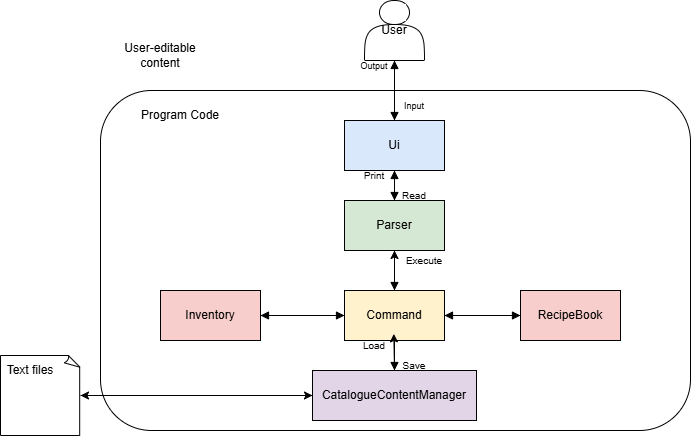
The draw.io diagram docs/diagrams/architecture.png in ChingWhee/tp, before a commit. Source tidied: cells renumbered, new cells last; positions are measured from the earlier drawing's top-left corner, leaving out a move shared by most shapes.
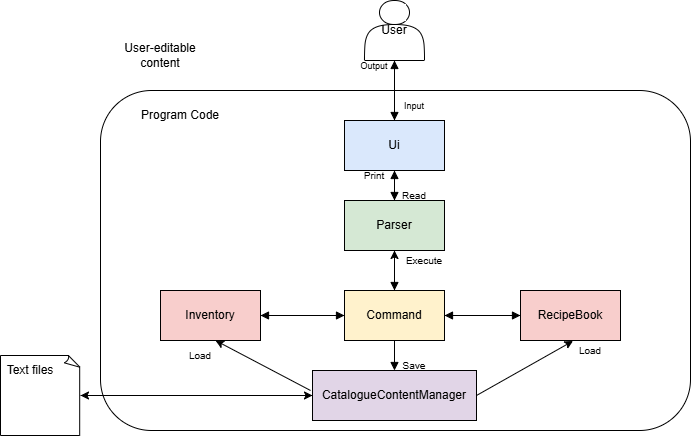
After the change.

Commit message:
Update UML diagrams

What changed in the source:
```diff
@@ -50,9 +50,6 @@
     <mxCell id="17" style="endArrow=block;exitX=0.5;exitY=1;exitDx=0;exitDy=0;entryX=0.5;entryY=0;entryDx=0;entryDy=0;" parent="1" edge="1" source="3" target="4">
       <mxGeometry relative="1" as="geometry" />
     </mxCell>
-    <mxCell id="18" style="edgeStyle=orthogonalEdgeStyle;rounded=0;jettySize=auto;html=1;exitX=0.5;exitY=0;exitDx=0;exitDy=0;entryX=0.493;entryY=0.867;entryDx=0;entryDy=0;entryPerimeter=0;" parent="1" edge="1" source="10" target="7">
-      <mxGeometry relative="1" as="geometry" />
-    </mxCell>
     <mxCell id="19" style="endArrow=block;entryX=0.5;entryY=1;entryDx=0;entryDy=0;exitX=0.5;exitY=0;exitDx=0;exitDy=0;" parent="1" edge="1" source="5" target="4">
       <mxGeometry relative="1" as="geometry" />
     </mxCell>
@@ -78,7 +75,7 @@
       <mxGeometry x="384" y="350" width="60" height="30" as="geometry" />
     </mxCell>
     <mxCell id="27" value="&lt;font style=&quot;font-size: 10px;&quot;&gt;Load&lt;/font&gt;" style="text;html=1;align=center;verticalAlign=middle;whiteSpace=wrap;rounded=0;" parent="1" vertex="1">
-      <mxGeometry x="344" y="330" width="60" height="30" as="geometry" />
+      <mxGeometry x="560" y="335" width="60" height="30" as="geometry" />
     </mxCell>
     <mxCell id="28" value="&lt;font style=&quot;font-size: 10px;&quot;&gt;Execute&lt;/font&gt;" style="text;html=1;align=center;verticalAlign=middle;whiteSpace=wrap;rounded=0;" parent="1" vertex="1">
       <mxGeometry x="394" y="245" width="60" height="30" as="geometry" />
@@ -103,5 +100,14 @@
     <mxCell id="34" style="rounded=0;jettySize=auto;html=1;exitX=1;exitY=0.5;exitDx=0;exitDy=0;entryX=0;entryY=0.5;entryDx=0;entryDy=0;exitPerimeter=0;" parent="1" edge="1" source="29" target="10">
       <mxGeometry relative="1" as="geometry" />
     </mxCell>
+    <mxCell id="35" style="rounded=0;jettySize=auto;html=1;entryX=0.209;entryY=0.182;entryDx=0;entryDy=0;exitX=1;exitY=0.5;exitDx=0;exitDy=0;entryPerimeter=0;" parent="1" edge="1" source="10" target="27">
+      <mxGeometry relative="1" as="geometry" />
+    </mxCell>
+    <mxCell id="36" value="&lt;font style=&quot;font-size: 10px;&quot;&gt;Load&lt;/font&gt;" style="text;html=1;align=center;verticalAlign=middle;whiteSpace=wrap;rounded=0;" parent="1" vertex="1">
+      <mxGeometry x="170" y="340" width="60" height="30" as="geometry" />
+    </mxCell>
+    <mxCell id="37" style="rounded=0;jettySize=auto;html=1;entryX=0.75;entryY=0;entryDx=0;entryDy=0;exitX=-0.012;exitY=0.4;exitDx=0;exitDy=0;exitPerimeter=0;" parent="1" edge="1" source="10" target="36">
+      <mxGeometry relative="1" as="geometry" />
+    </mxCell>
   </root>
 </mxGraphModel>
```
